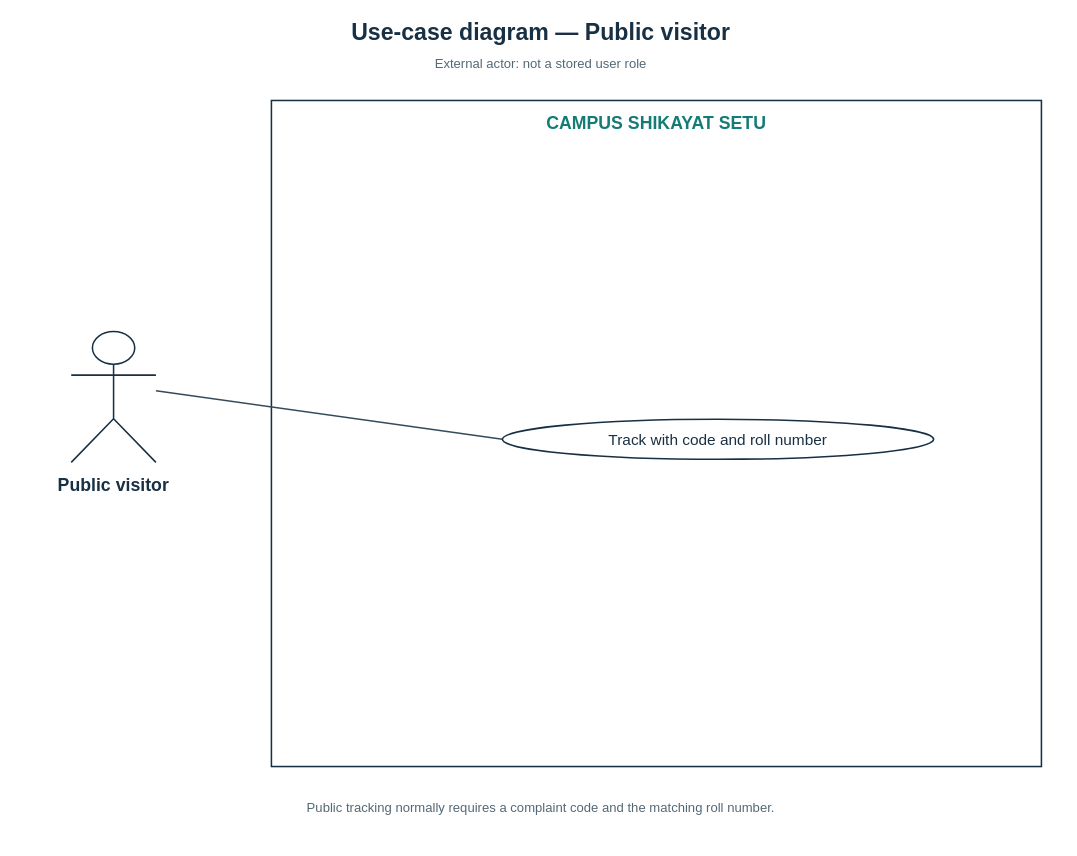
Yashwant-git392/Yashwant-git392 keeps this draw.io diagram as page "Public visitor" (4 of 4) of shikayat-setu/report/diagrams/fig-usecase.drawio. Above is the earlier version. Source tidied: cells renumbered, new cells numbered last; positions are measured from the earlier drawing's top-left corner, leaving out a move shared by most shapes. Both pictures are drawn from the tidied source at 77%, with x=0, y=0 at pixel (13, 13).
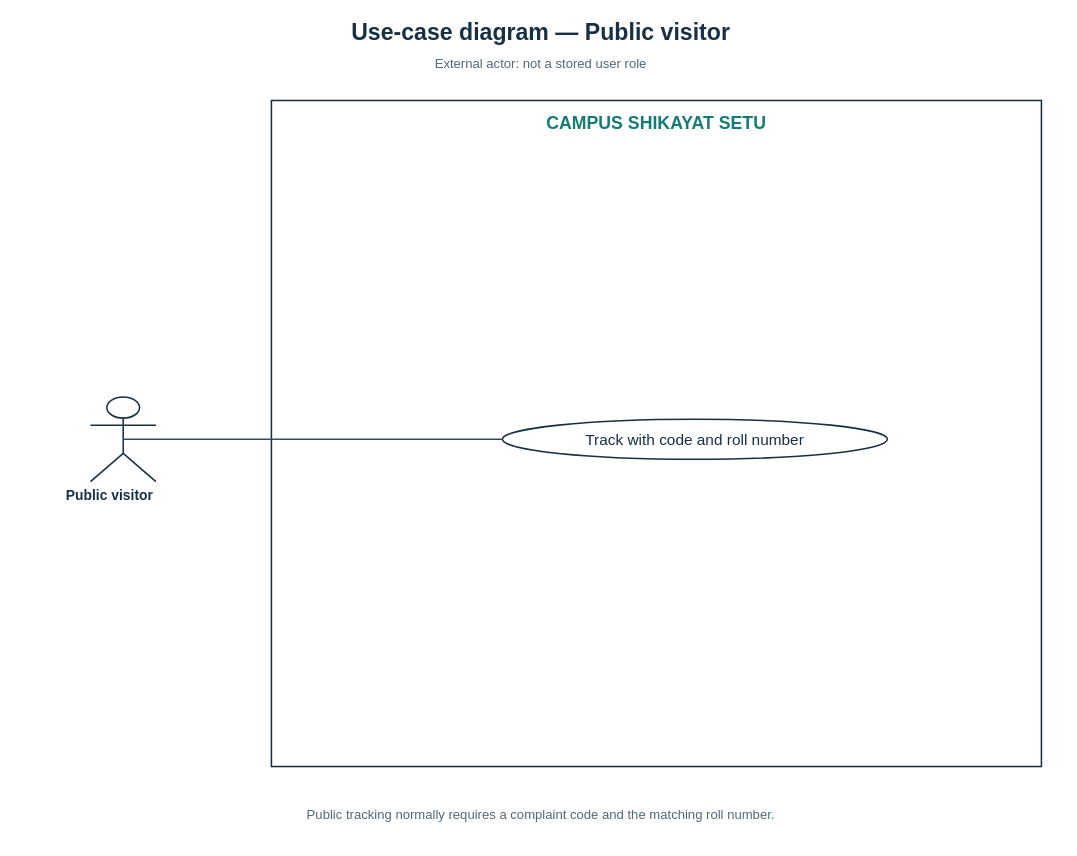
The same page after the edit.

Diff of the diagram source:
```diff
@@
 <mxGraphModel>
   <root>
     <mxCell id="0" />
     <mxCell id="1" parent="0" />
     <mxCell id="2" value="Use-case diagram — Public visitor" style="text;html=0;align=center;verticalAlign=middle;whiteSpace=wrap;strokeColor=none;fillColor=none;fontFamily=Arial;fontSize=30;fontColor=#183044;fontStyle=1;" parent="1" vertex="1">
       <mxGeometry x="15" width="1340" height="48" as="geometry" />
     </mxCell>
     <mxCell id="3" value="External actor: not a stored user role" style="text;html=0;align=center;verticalAlign=middle;whiteSpace=wrap;strokeColor=none;fillColor=none;fontFamily=Arial;fontSize=17;fontColor=#536875;fontStyle=0;" parent="1" vertex="1">
       <mxGeometry x="15" y="50" width="1340" height="32" as="geometry" />
     </mxCell>
     <mxCell id="4" style="rounded=0;whiteSpace=wrap;html=0;fillColor=white;strokeColor=#183044;strokeWidth=2;fontFamily=Arial;fontSize=20;fontColor=#183044;fontStyle=0;align=center;verticalAlign=middle;" parent="1" vertex="1">
       <mxGeometry x="335" y="113" width="1000" height="865" as="geometry" />
     </mxCell>
     <mxCell id="5" value="CAMPUS SHIKAYAT SETU" style="text;html=0;align=center;verticalAlign=middle;whiteSpace=wrap;strokeColor=none;fillColor=none;fontFamily=Arial;fontSize=23;fontColor=#147b75;fontStyle=1;" parent="1" vertex="1">
       <mxGeometry x="495" y="123" width="680" height="40" as="geometry" />
     </mxCell>
     <mxCell id="6" style="shape=umlActor;html=0;fillColor=white;strokeColor=#183044;strokeWidth=2;" parent="1" vertex="1">
-      <mxGeometry x="75" y="413" width="110" height="170" as="geometry" />
+      <mxGeometry x="100" y="498" width="85" height="110" as="geometry" />
     </mxCell>
-    <mxCell id="7" value="Public visitor" style="text;html=0;align=center;verticalAlign=middle;whiteSpace=wrap;strokeColor=none;fillColor=none;fontFamily=Arial;fontSize=23;fontColor=#183044;fontStyle=1;" parent="1" vertex="1">
-      <mxGeometry y="593" width="260" height="40" as="geometry" />
+    <mxCell id="7" value="Public visitor" style="text;html=0;align=center;verticalAlign=middle;whiteSpace=wrap;strokeColor=none;fillColor=none;fontFamily=Arial;fontSize=18;fontColor=#183044;fontStyle=1;" parent="1" vertex="1">
+      <mxGeometry y="611" width="250" height="30" as="geometry" />
     </mxCell>
-    <mxCell id="8" style="edgeStyle=none;rounded=0;strokeColor=#344b5c;strokeWidth=2;endArrow=none;endFill=0;dashed=0;" parent="1" edge="1">
-      <mxGeometry relative="1" as="geometry">
-        <mxPoint x="185" y="490" as="sourcePoint" />
-        <mxPoint x="635" y="553" as="targetPoint" />
-      </mxGeometry>
+    <mxCell id="8" style="edgeStyle=none;rounded=0;strokeColor=#344b5c;strokeWidth=2;endArrow=none;endFill=0;dashed=0;exitX=0.5000;exitY=0.5000;exitPerimeter=0;entryX=0.0000;entryY=0.5000;entryPerimeter=0;" parent="1" edge="1" source="6" target="9">
+      <mxGeometry relative="1" as="geometry" />
     </mxCell>
     <mxCell id="9" value="Track with code and roll number" style="ellipse;whiteSpace=wrap;html=0;fillColor=white;strokeColor=#183044;strokeWidth=2;fontFamily=Arial;fontSize=20;fontColor=#183044;fontStyle=0;align=center;verticalAlign=middle;" parent="1" vertex="1">
-      <mxGeometry x="635" y="527" width="560" height="52" as="geometry" />
+      <mxGeometry x="635" y="527" width="500" height="52" as="geometry" />
     </mxCell>
     <mxCell id="10" value="Public tracking normally requires a complaint code and the matching roll number." style="text;html=0;align=center;verticalAlign=middle;whiteSpace=wrap;strokeColor=none;fillColor=none;fontFamily=Arial;fontSize=17;fontColor=#536875;fontStyle=0;" parent="1" vertex="1">
-      <mxGeometry x="5" y="1003" width="1360" height="60" as="geometry" />
+      <mxGeometry x="5" y="1003" width="1360" height="75" as="geometry" />
     </mxCell>
   </root>
 </mxGraphModel>
```
